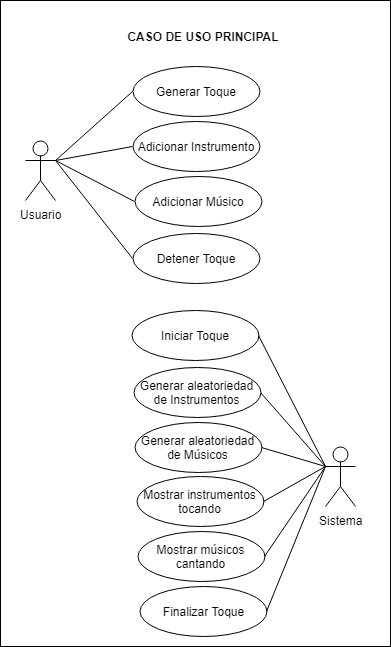
The draw.io diagram Caso de Uso Principal.png in cjaldanar/Serenata, before a commit. Source tidied: cells renumbered, new cells last; positions are measured from the earlier drawing's top-left corner, leaving out a move shared by most shapes.
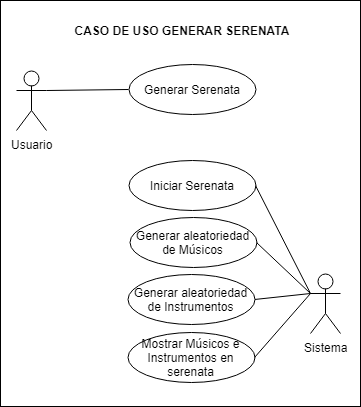
Above is the later version.

Commit message:
Modificar caso de uso

Modificar caso de uso

The edit, as a diff of the source:
```diff
@@ -5,15 +5,12 @@
     <mxCell id="2" value="Usuario" style="shape=umlActor;verticalLabelPosition=bottom;labelBackgroundColor=#ffffff;verticalAlign=top;html=1;outlineConnect=0;" parent="1" vertex="1">
       <mxGeometry x="25" y="140" width="30" height="60" as="geometry" />
     </mxCell>
-    <mxCell id="3" value="Generar Toque" style="ellipse;whiteSpace=wrap;html=1;" parent="1" vertex="1">
-      <mxGeometry x="132" y="66" width="127" height="50" as="geometry" />
+    <mxCell id="3" value="Generar Serenata" style="ellipse;whiteSpace=wrap;html=1;" parent="1" vertex="1">
+      <mxGeometry x="137" y="134" width="127" height="50" as="geometry" />
     </mxCell>
     <mxCell id="4" value="Sistema" style="shape=umlActor;verticalLabelPosition=bottom;labelBackgroundColor=#ffffff;verticalAlign=top;html=1;outlineConnect=0;" parent="1" vertex="1">
-      <mxGeometry x="325" y="446" width="30" height="60" as="geometry" />
+      <mxGeometry x="319" y="343" width="30" height="60" as="geometry" />
     </mxCell>
-    <mxCell id="5" value="Detener Toque" style="ellipse;whiteSpace=wrap;html=1;" parent="1" vertex="1">
-      <mxGeometry x="132" y="233" width="127" height="50" as="geometry" />
-    </mxCell>
     <mxCell id="6" style="endArrow=none;html=1;exitX=0;exitY=0.5;exitDx=0;exitDy=0;entryX=1;entryY=0.3333333333333333;entryDx=0;entryDy=0;entryPerimeter=0;" parent="1" edge="1" source="3" target="2">
       <mxGeometry relative="1" as="geometry" />
     </mxCell>
@@ -21,56 +18,29 @@
       <mxGeometry relative="1" as="geometry" />
     </mxCell>
     <mxCell id="8" value="Generar aleatoriedad de Instrumentos" style="ellipse;whiteSpace=wrap;html=1;" parent="1" vertex="1">
-      <mxGeometry x="133" y="367" width="127" height="50" as="geometry" />
+      <mxGeometry x="136" y="344" width="127" height="50" as="geometry" />
     </mxCell>
-    <mxCell id="9" value="Adicionar Músico" style="ellipse;whiteSpace=wrap;html=1;" parent="1" vertex="1">
-      <mxGeometry x="134" y="176" width="127" height="50" as="geometry" />
-    </mxCell>
-    <mxCell id="10" value="Adicionar Instrumento" style="ellipse;whiteSpace=wrap;html=1;" parent="1" vertex="1">
-      <mxGeometry x="132" y="121" width="127" height="50" as="geometry" />
-    </mxCell>
-    <mxCell id="11" style="endArrow=none;html=1;entryX=0;entryY=0.5;entryDx=0;entryDy=0;exitX=1;exitY=0.3333333333333333;exitDx=0;exitDy=0;exitPerimeter=0;" parent="1" edge="1" source="2" target="10">
-      <mxGeometry relative="1" as="geometry" />
-    </mxCell>
-    <mxCell id="12" style="endArrow=none;html=1;entryX=0;entryY=0.5;entryDx=0;entryDy=0;exitX=1;exitY=0.3333333333333333;exitDx=0;exitDy=0;exitPerimeter=0;" parent="1" edge="1" source="2" target="9">
-      <mxGeometry relative="1" as="geometry" />
-    </mxCell>
-    <mxCell id="13" style="endArrow=none;html=1;entryX=0;entryY=0.5;entryDx=0;entryDy=0;exitX=1;exitY=0.3333333333333333;exitDx=0;exitDy=0;exitPerimeter=0;" parent="1" edge="1" source="2" target="5">
-      <mxGeometry relative="1" as="geometry" />
-    </mxCell>
-    <mxCell id="14" value="Mostrar instrumentos tocando" style="ellipse;whiteSpace=wrap;html=1;" parent="1" vertex="1">
-      <mxGeometry x="136" y="476" width="127" height="50" as="geometry" />
-    </mxCell>
     <mxCell id="15" value="Generar aleatoriedad de Músicos" style="ellipse;whiteSpace=wrap;html=1;" parent="1" vertex="1">
-      <mxGeometry x="134" y="422" width="127" height="50" as="geometry" />
+      <mxGeometry x="138" y="286.5" width="127" height="50" as="geometry" />
     </mxCell>
-    <mxCell id="16" value="Mostrar músicos cantando" style="ellipse;whiteSpace=wrap;html=1;" parent="1" vertex="1">
-      <mxGeometry x="137" y="531" width="127" height="50" as="geometry" />
+    <mxCell id="16" value="Mostrar Músicos e Instrumentos en serenata" style="ellipse;whiteSpace=wrap;html=1;" parent="1" vertex="1">
+      <mxGeometry x="136" y="401.5" width="127" height="50" as="geometry" />
     </mxCell>
     <mxCell id="17" style="endArrow=none;html=1;entryX=0;entryY=0.3333333333333333;entryDx=0;entryDy=0;entryPerimeter=0;exitX=1;exitY=0.5;exitDx=0;exitDy=0;" parent="1" edge="1" source="15" target="4">
       <mxGeometry relative="1" as="geometry" />
     </mxCell>
-    <mxCell id="18" style="endArrow=none;html=1;entryX=0;entryY=0.3333333333333333;entryDx=0;entryDy=0;entryPerimeter=0;exitX=1;exitY=0.5;exitDx=0;exitDy=0;" parent="1" edge="1" source="14" target="4">
-      <mxGeometry relative="1" as="geometry" />
-    </mxCell>
     <mxCell id="19" style="endArrow=none;html=1;entryX=0;entryY=0.3333333333333333;entryDx=0;entryDy=0;entryPerimeter=0;exitX=1;exitY=0.5;exitDx=0;exitDy=0;" parent="1" edge="1" source="16" target="4">
       <mxGeometry relative="1" as="geometry" />
     </mxCell>
     <mxCell id="20" style="rounded=0;whiteSpace=wrap;html=1;fillColor=none;" parent="1" vertex="1">
-      <mxGeometry width="390" height="646" as="geometry" />
+      <mxGeometry x="9" y="70" width="360" height="406" as="geometry" />
     </mxCell>
-    <mxCell id="21" value="&lt;b&gt;CASO DE USO PRINCIPAL&lt;/b&gt;" style="text;html=1;strokeColor=none;fillColor=none;align=center;verticalAlign=middle;whiteSpace=wrap;rounded=0;" parent="1" vertex="1">
-      <mxGeometry x="85" y="26" width="234" height="20" as="geometry" />
+    <mxCell id="21" value="&lt;b&gt;CASO DE USO GENERAR SERENATA&lt;/b&gt;" style="text;html=1;strokeColor=none;fillColor=none;align=center;verticalAlign=middle;whiteSpace=wrap;rounded=0;" parent="1" vertex="1">
+      <mxGeometry x="73" y="90" width="234" height="20" as="geometry" />
     </mxCell>
-    <mxCell id="22" value="Iniciar Toque" style="ellipse;whiteSpace=wrap;html=1;" parent="1" vertex="1">
-      <mxGeometry x="131" y="310" width="127" height="50" as="geometry" />
+    <mxCell id="22" value="Iniciar Serenata" style="ellipse;whiteSpace=wrap;html=1;" parent="1" vertex="1">
+      <mxGeometry x="137" y="230" width="127" height="50" as="geometry" />
     </mxCell>
-    <mxCell id="23" value="Finalizar Toque" style="ellipse;whiteSpace=wrap;html=1;" parent="1" vertex="1">
-      <mxGeometry x="139" y="586" width="127" height="50" as="geometry" />
-    </mxCell>
-    <mxCell id="24" style="endArrow=none;html=1;entryX=0;entryY=0.3333333333333333;entryDx=0;entryDy=0;entryPerimeter=0;exitX=1;exitY=0.5;exitDx=0;exitDy=0;" parent="1" edge="1" source="23" target="4">
-      <mxGeometry relative="1" as="geometry" />
-    </mxCell>
     <mxCell id="25" style="endArrow=none;html=1;entryX=0;entryY=0.3333333333333333;entryDx=0;entryDy=0;entryPerimeter=0;exitX=1;exitY=0.5;exitDx=0;exitDy=0;" parent="1" edge="1" source="22" target="4">
       <mxGeometry relative="1" as="geometry" />
     </mxCell>
```
